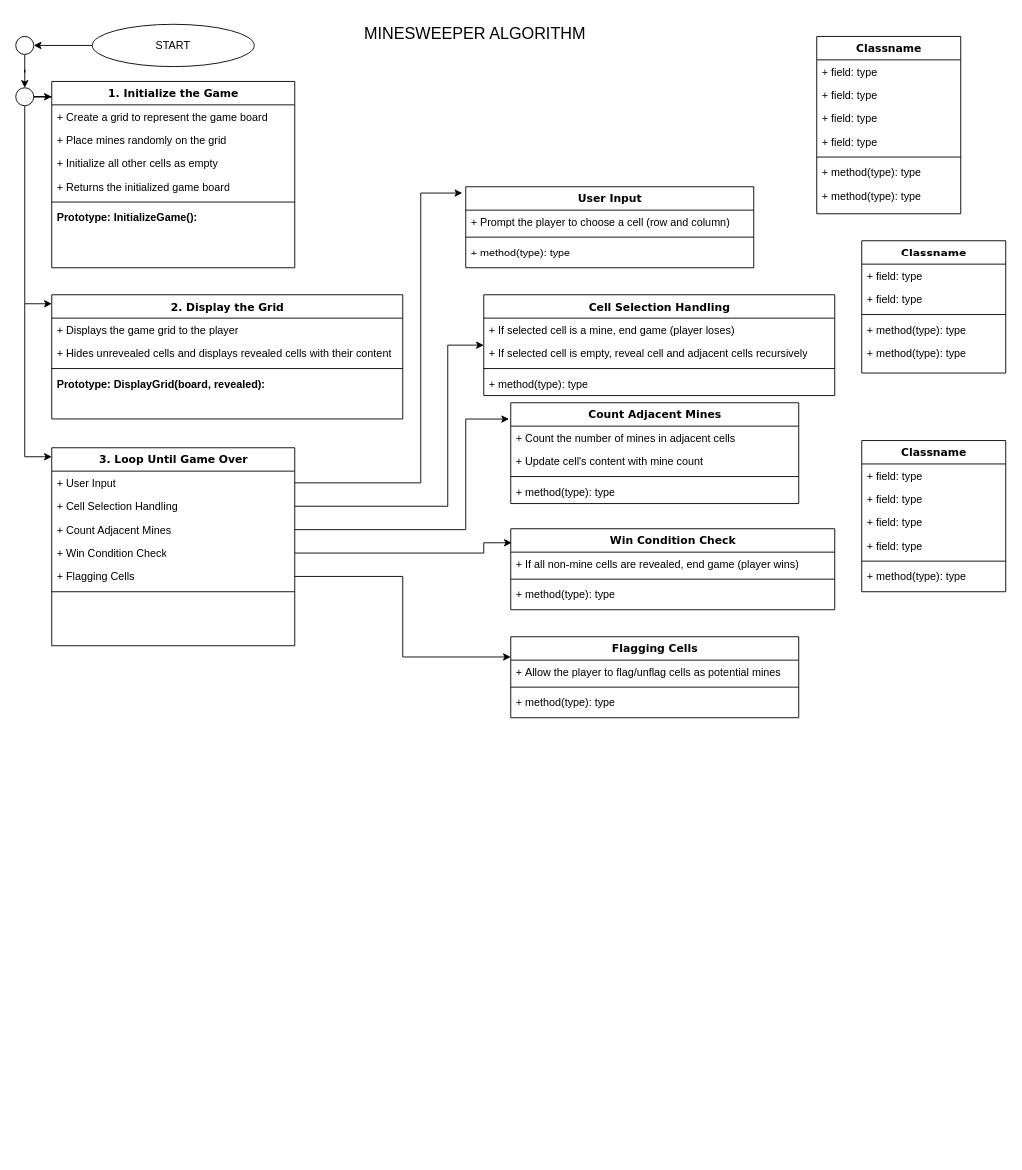
The draw.io diagram Minesweeper.drawio in lawalTheWest/minesweeper, before the edit. Source tidied: cells renumbered, new cells numbered last; positions are measured from the earlier drawing's top-left corner, leaving out a move shared by most shapes. Both pictures are drawn from the tidied source at 90%, with x=0, y=0 at pixel (15, 15).
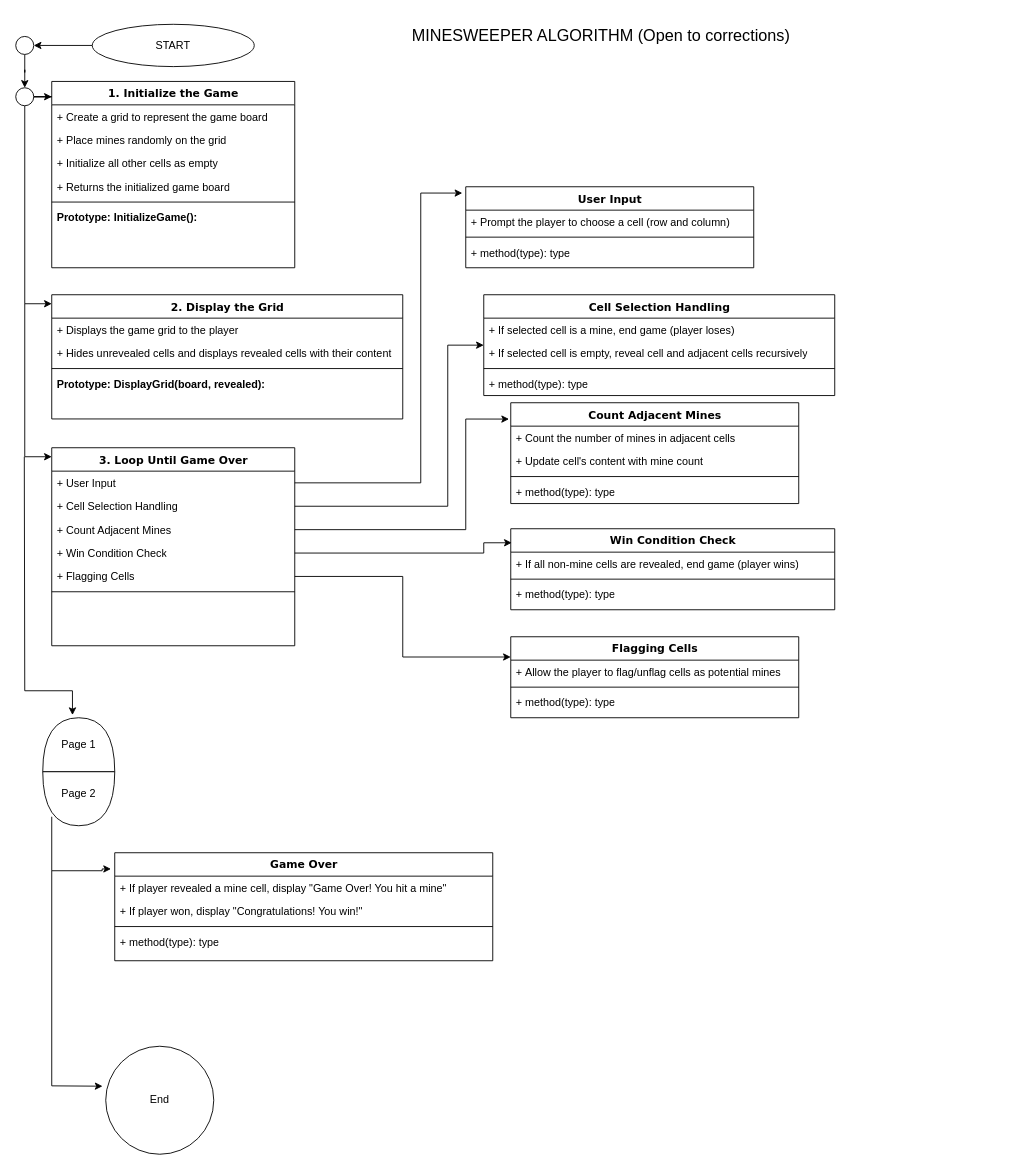
The same diagram, later.

Commit message:
updated the flow chart

The edit, as a diff of the source:
```diff
@@
-    <mxCell id="13" value="Classname" style="swimlane;html=1;fontStyle=1;align=center;verticalAlign=top;horizontal=1;startSize=26;swimlaneFillColor=#ffffff;rounded=0;shadow=0;comic=0;labelBackgroundColor=none;strokeWidth=1;fillColor=none;fontFamily=Verdana;fontSize=12;" parent="1" vertex="1">
-      <mxGeometry x="890" y="23" width="160" height="197" as="geometry" />
-    </mxCell>
-    <mxCell id="14" value="+ field: type" style="text;html=1;strokeColor=none;fillColor=none;align=left;verticalAlign=top;spacingLeft=4;spacingRight=4;whiteSpace=wrap;overflow=hidden;" parent="13" vertex="1">
-      <mxGeometry y="26" width="160" height="26" as="geometry" />
-    </mxCell>
-    <mxCell id="15" value="+ field: type" style="text;html=1;strokeColor=none;fillColor=none;align=left;verticalAlign=top;spacingLeft=4;spacingRight=4;whiteSpace=wrap;overflow=hidden;" parent="13" vertex="1">
-      <mxGeometry y="52" width="160" height="26" as="geometry" />
-    </mxCell>
-    <mxCell id="16" value="+ field: type" style="text;html=1;strokeColor=none;fillColor=none;align=left;verticalAlign=top;spacingLeft=4;spacingRight=4;whiteSpace=wrap;overflow=hidden;" parent="13" vertex="1">
-      <mxGeometry y="78" width="160" height="26" as="geometry" />
-    </mxCell>
-    <mxCell id="17" value="+ field: type" style="text;html=1;strokeColor=none;fillColor=none;align=left;verticalAlign=top;spacingLeft=4;spacingRight=4;whiteSpace=wrap;overflow=hidden;" parent="13" vertex="1">
-      <mxGeometry y="104" width="160" height="26" as="geometry" />
-    </mxCell>
-    <mxCell id="18" style="line;html=1;strokeWidth=1;fillColor=none;align=left;verticalAlign=middle;spacingTop=-1;spacingLeft=3;spacingRight=3;labelPosition=right;" parent="13" vertex="1">
-      <mxGeometry y="130" width="160" height="8" as="geometry" />
-    </mxCell>
-    <mxCell id="19" value="+ method(type): type" style="text;html=1;strokeColor=none;fillColor=none;align=left;verticalAlign=top;spacingLeft=4;spacingRight=4;whiteSpace=wrap;overflow=hidden;" parent="13" vertex="1">
-      <mxGeometry y="138" width="160" height="26" as="geometry" />
-    </mxCell>
-    <mxCell id="20" value="+ method(type): type" style="text;html=1;strokeColor=none;fillColor=none;align=left;verticalAlign=top;spacingLeft=4;spacingRight=4;whiteSpace=wrap;overflow=hidden;" parent="13" vertex="1">
-      <mxGeometry y="164" width="160" height="26" as="geometry" />
-    </mxCell>
@@
-    <mxCell id="38" value="Classname" style="swimlane;html=1;fontStyle=1;align=center;verticalAlign=top;horizontal=1;startSize=26;swimlaneFillColor=#ffffff;rounded=0;shadow=0;comic=0;labelBackgroundColor=none;strokeWidth=1;fillColor=none;fontFamily=Verdana;fontSize=12;" parent="1" vertex="1">
-      <mxGeometry x="940" y="472" width="160" height="168" as="geometry" />
+    <mxCell id="38" value="Game Over" style="swimlane;html=1;fontStyle=1;align=center;verticalAlign=top;horizontal=1;startSize=26;swimlaneFillColor=#ffffff;rounded=0;shadow=0;comic=0;labelBackgroundColor=none;strokeWidth=1;fillColor=none;fontFamily=Verdana;fontSize=12;" parent="1" vertex="1">
+      <mxGeometry x="110" y="930" width="420" height="120" as="geometry" />
     </mxCell>
-    <mxCell id="39" value="+ field: type" style="text;html=1;strokeColor=none;fillColor=none;align=left;verticalAlign=top;spacingLeft=4;spacingRight=4;whiteSpace=wrap;overflow=hidden;" parent="38" vertex="1">
-      <mxGeometry y="26" width="160" height="26" as="geometry" />
+    <mxCell id="39" value="+&amp;nbsp;If player revealed a mine cell, display &quot;Game Over! You hit a mine&quot;" style="text;html=1;strokeColor=none;fillColor=none;align=left;verticalAlign=top;spacingLeft=4;spacingRight=4;whiteSpace=wrap;overflow=hidden;" parent="38" vertex="1">
+      <mxGeometry y="26" width="420" height="26" as="geometry" />
     </mxCell>
-    <mxCell id="40" value="+ field: type" style="text;html=1;strokeColor=none;fillColor=none;align=left;verticalAlign=top;spacingLeft=4;spacingRight=4;whiteSpace=wrap;overflow=hidden;" parent="38" vertex="1">
-      <mxGeometry y="52" width="160" height="26" as="geometry" />
+    <mxCell id="40" value="+&amp;nbsp;If player won, display &quot;Congratulations! You win!&quot;" style="text;html=1;strokeColor=none;fillColor=none;align=left;verticalAlign=top;spacingLeft=4;spacingRight=4;whiteSpace=wrap;overflow=hidden;" parent="38" vertex="1">
+      <mxGeometry y="52" width="420" height="26" as="geometry" />
     </mxCell>
-    <mxCell id="41" value="+ field: type" style="text;html=1;strokeColor=none;fillColor=none;align=left;verticalAlign=top;spacingLeft=4;spacingRight=4;whiteSpace=wrap;overflow=hidden;" parent="38" vertex="1">
-      <mxGeometry y="78" width="160" height="26" as="geometry" />
-    </mxCell>
-    <mxCell id="42" value="+ field: type" style="text;html=1;strokeColor=none;fillColor=none;align=left;verticalAlign=top;spacingLeft=4;spacingRight=4;whiteSpace=wrap;overflow=hidden;" parent="38" vertex="1">
-      <mxGeometry y="104" width="160" height="26" as="geometry" />
-    </mxCell>
     <mxCell id="43" style="line;html=1;strokeWidth=1;fillColor=none;align=left;verticalAlign=middle;spacingTop=-1;spacingLeft=3;spacingRight=3;labelPosition=right;" parent="38" vertex="1">
-      <mxGeometry y="130" width="160" height="8" as="geometry" />
+      <mxGeometry y="78" width="420" height="8" as="geometry" />
     </mxCell>
     <mxCell id="44" value="+ method(type): type" style="text;html=1;strokeColor=none;fillColor=none;align=left;verticalAlign=top;spacingLeft=4;spacingRight=4;whiteSpace=wrap;overflow=hidden;" parent="38" vertex="1">
-      <mxGeometry y="138" width="160" height="26" as="geometry" />
+      <mxGeometry y="86" width="420" height="26" as="geometry" />
     </mxCell>
-    <mxCell id="45" value="Classname" style="swimlane;html=1;fontStyle=1;align=center;verticalAlign=top;horizontal=1;startSize=26;swimlaneFillColor=#ffffff;rounded=0;shadow=0;comic=0;labelBackgroundColor=none;strokeWidth=1;fillColor=none;fontFamily=Verdana;fontSize=12;" parent="1" vertex="1">
-      <mxGeometry x="940" y="250" width="160" height="147" as="geometry" />
-    </mxCell>
-    <mxCell id="46" value="+ field: type" style="text;html=1;strokeColor=none;fillColor=none;align=left;verticalAlign=top;spacingLeft=4;spacingRight=4;whiteSpace=wrap;overflow=hidden;" parent="45" vertex="1">
-      <mxGeometry y="26" width="160" height="26" as="geometry" />
-    </mxCell>
-    <mxCell id="47" value="+ field: type" style="text;html=1;strokeColor=none;fillColor=none;align=left;verticalAlign=top;spacingLeft=4;spacingRight=4;whiteSpace=wrap;overflow=hidden;" parent="45" vertex="1">
-      <mxGeometry y="52" width="160" height="26" as="geometry" />
-    </mxCell>
-    <mxCell id="48" style="line;html=1;strokeWidth=1;fillColor=none;align=left;verticalAlign=middle;spacingTop=-1;spacingLeft=3;spacingRight=3;labelPosition=right;" parent="45" vertex="1">
-      <mxGeometry y="78" width="160" height="8" as="geometry" />
-    </mxCell>
-    <mxCell id="49" value="+ method(type): type" style="text;html=1;strokeColor=none;fillColor=none;align=left;verticalAlign=top;spacingLeft=4;spacingRight=4;whiteSpace=wrap;overflow=hidden;" parent="45" vertex="1">
-      <mxGeometry y="86" width="160" height="26" as="geometry" />
-    </mxCell>
-    <mxCell id="50" value="+ method(type): type" style="text;html=1;strokeColor=none;fillColor=none;align=left;verticalAlign=top;spacingLeft=4;spacingRight=4;whiteSpace=wrap;overflow=hidden;" parent="45" vertex="1">
-      <mxGeometry y="112" width="160" height="26" as="geometry" />
-    </mxCell>
-    <mxCell id="51" value="&lt;font style=&quot;font-size: 18px;&quot;&gt;MINESWEEPER ALGORITHM&lt;/font&gt;" style="text;html=1;align=center;verticalAlign=middle;strokeColor=none;fillColor=none;" parent="1" vertex="1">
-      <mxGeometry x="375" width="270" height="40" as="geometry" />
+    <mxCell id="51" value="&lt;font style=&quot;font-size: 18px;&quot;&gt;MINESWEEPER ALGORITHM (Open to corrections)&lt;/font&gt;" style="text;html=1;align=center;verticalAlign=middle;strokeColor=none;fillColor=none;" parent="1" vertex="1">
+      <mxGeometry x="430" y="3" width="440" height="40" as="geometry" />
     </mxCell>
@@
+    <mxCell id="78" style="shape=or;whiteSpace=wrap;html=1;rotation=-90;" parent="1" vertex="1">
+      <mxGeometry x="40" y="770" width="60" height="80" as="geometry" />
+    </mxCell>
+    <mxCell id="79" style="endArrow=classic;html=1;rounded=0;entryX=1.05;entryY=0.413;entryDx=0;entryDy=0;entryPerimeter=0;" parent="1" edge="1" target="78">
+      <mxGeometry relative="1" as="geometry">
+        <mxPoint x="9.5" y="490" as="sourcePoint" />
+        <Array as="points">
+          <mxPoint x="10" y="750" />
+          <mxPoint x="63" y="750" />
+        </Array>
+      </mxGeometry>
+    </mxCell>
+    <mxCell id="80" style="edgeStyle=orthogonalEdgeStyle;rounded=0;jettySize=auto;html=1;entryX=-0.01;entryY=0.15;entryDx=0;entryDy=0;entryPerimeter=0;" parent="1" edge="1" target="38">
+      <mxGeometry relative="1" as="geometry">
+        <mxPoint x="40" y="890" as="sourcePoint" />
+        <Array as="points">
+          <mxPoint x="40" y="950" />
+          <mxPoint x="96" y="950" />
+        </Array>
+      </mxGeometry>
+    </mxCell>
+    <mxCell id="81" style="shape=or;whiteSpace=wrap;html=1;rotation=90;" parent="1" vertex="1">
+      <mxGeometry x="40" y="830" width="60" height="80" as="geometry" />
+    </mxCell>
+    <mxCell id="82" value="Page 1" style="text;html=1;strokeColor=none;fillColor=none;align=center;verticalAlign=middle;whiteSpace=wrap;rounded=0;" parent="1" vertex="1">
+      <mxGeometry x="40" y="795" width="60" height="30" as="geometry" />
+    </mxCell>
+    <mxCell id="83" value="Page 2" style="text;html=1;strokeColor=none;fillColor=none;align=center;verticalAlign=middle;whiteSpace=wrap;rounded=0;" parent="1" vertex="1">
+      <mxGeometry x="40" y="850" width="60" height="30" as="geometry" />
+    </mxCell>
+    <mxCell id="84" value="End" style="ellipse;whiteSpace=wrap;html=1;" parent="1" vertex="1">
+      <mxGeometry x="100" y="1145" width="120" height="120" as="geometry" />
+    </mxCell>
+    <mxCell id="85" style="endArrow=classic;html=1;rounded=0;entryX=-0.03;entryY=0.37;entryDx=0;entryDy=0;entryPerimeter=0;" parent="1" edge="1" target="84">
+      <mxGeometry relative="1" as="geometry">
+        <mxPoint x="40" y="950" as="sourcePoint" />
+        <Array as="points">
+          <mxPoint x="40" y="1189" />
+        </Array>
+      </mxGeometry>
+    </mxCell>
```
